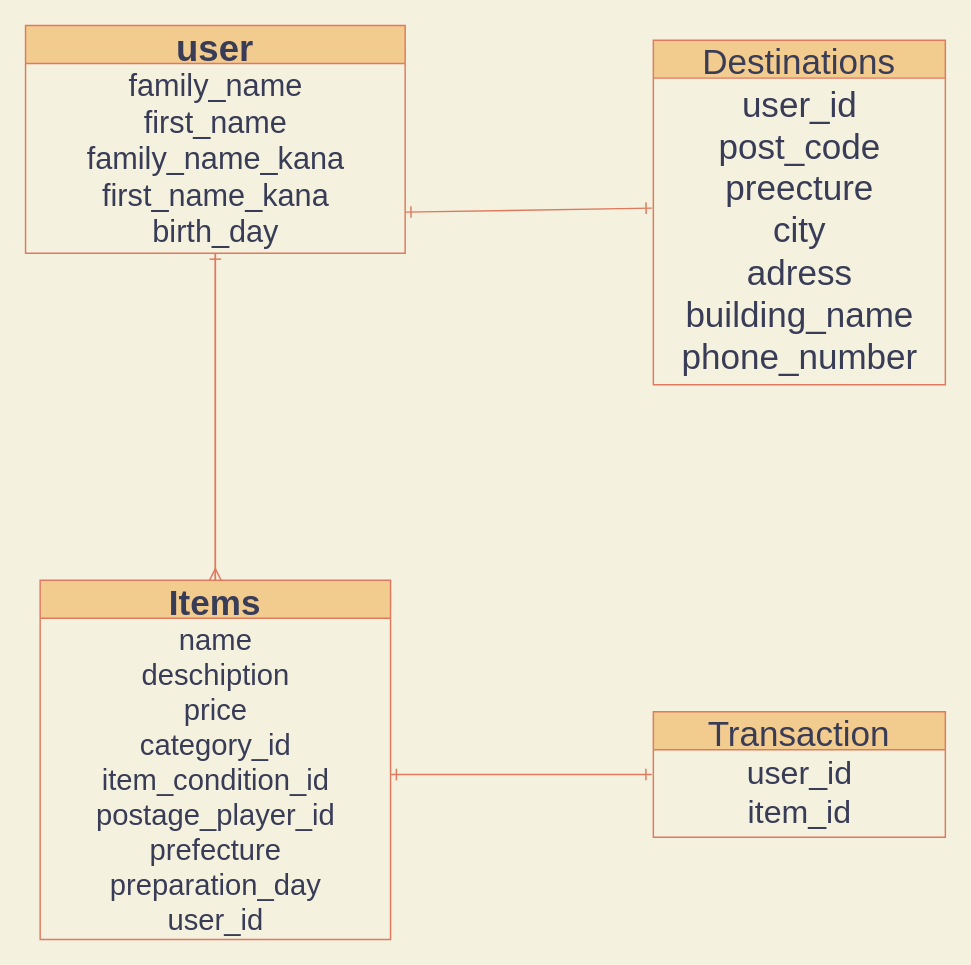
This is sample.dio from Ao-Ruki/furima-29378, a draw.io file, before an edit. Source tidied: cells renumbered, new cells numbered last; positions are measured from the earlier drawing's top-left corner, leaving out a move shared by most shapes. Both pictures are drawn from the tidied source at 146%, with x=0, y=0 at pixel (25, 25).
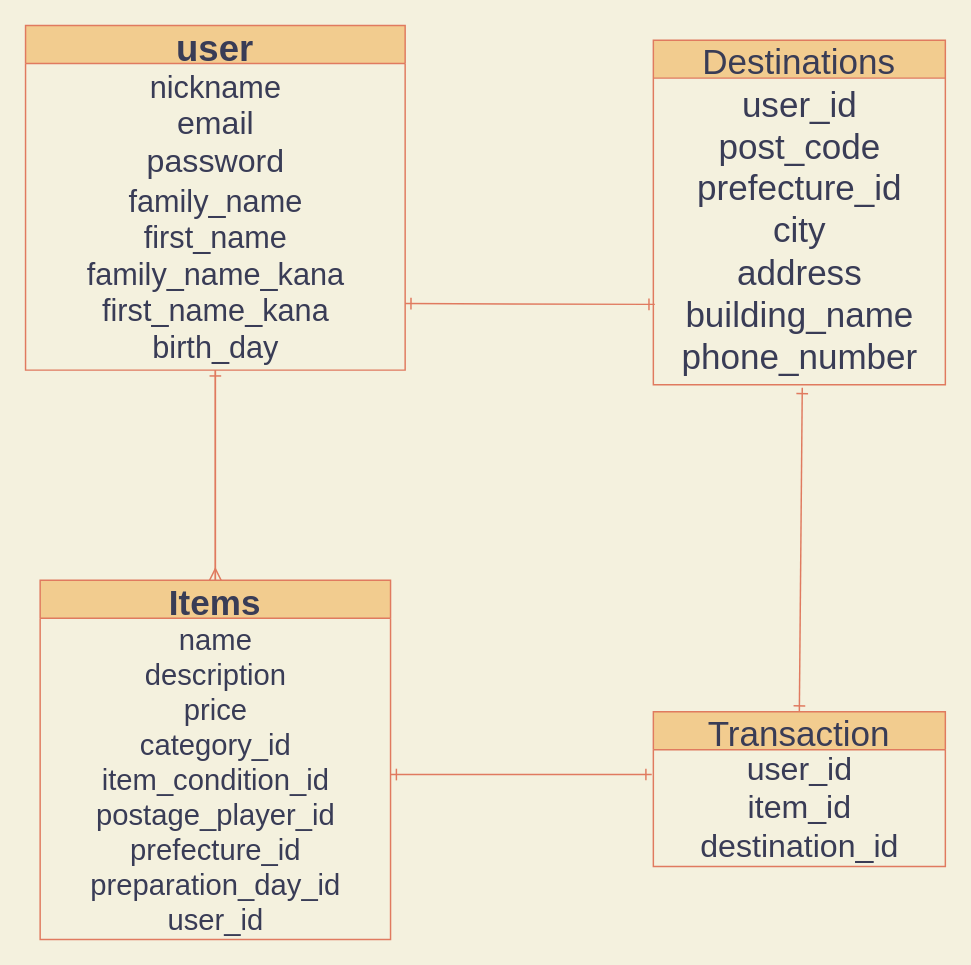
The same page after the edit.

The edit, as a diff of the source:
```diff
@@
 <mxGraphModel background="#F4F1DE">
   <root>
     <mxCell id="0" />
     <mxCell id="1" parent="0" />
     <mxCell id="2" style="edgeStyle=orthogonalEdgeStyle;rounded=0;jettySize=auto;html=1;fontSize=24;endArrow=ERmany;endFill=0;entryX=0.5;entryY=0;entryDx=0;entryDy=0;labelBackgroundColor=#F4F1DE;strokeColor=#E07A5F;fontColor=#393C56;" parent="1" edge="1" source="3" target="6">
       <mxGeometry relative="1" as="geometry" />
     </mxCell>
     <mxCell id="3" value="user" style="swimlane;fontStyle=1;horizontal=1;startSize=26;align=center;fontSize=25;html=0;fillColor=#F2CC8F;strokeColor=#E07A5F;fontColor=#393C56;" parent="1" vertex="1">
-      <mxGeometry width="260" height="156" as="geometry" />
+      <mxGeometry width="260" height="236" as="geometry" />
     </mxCell>
-    <mxCell id="4" value="family_name&lt;br&gt;first_name&lt;br&gt;family_name_kana&lt;br&gt;first_name_kana&lt;br&gt;birth_day" style="text;html=1;align=center;verticalAlign=middle;points=[];fontSize=21;fontColor=#393C56;" parent="3" vertex="1">
-      <mxGeometry y="26" width="260" height="130" as="geometry" />
+    <mxCell id="4" value="nickname&lt;font&gt;&lt;br&gt;&lt;span style=&quot;font-size: 22px&quot;&gt;email&lt;/span&gt;&lt;font size=&quot;1&quot;&gt;&lt;br&gt;&lt;/font&gt;&lt;/font&gt;&lt;font style=&quot;font-size: 22px&quot;&gt;password&lt;/font&gt;&lt;br&gt;family_name&lt;br&gt;first_name&lt;br&gt;family_name_kana&lt;br&gt;first_name_kana&lt;br&gt;birth_day" style="text;html=1;align=center;verticalAlign=middle;points=[];fontSize=21;fontColor=#393C56;" parent="3" vertex="1">
+      <mxGeometry y="26" width="260" height="210" as="geometry" />
     </mxCell>
     <mxCell id="5" style="edgeStyle=orthogonalEdgeStyle;rounded=0;jettySize=auto;html=1;exitX=0.5;exitY=0;exitDx=0;exitDy=0;entryX=0.5;entryY=1;entryDx=0;entryDy=0;entryPerimeter=0;endArrow=ERone;endFill=0;fontSize=24;labelBackgroundColor=#F4F1DE;strokeColor=#E07A5F;fontColor=#393C56;" parent="1" edge="1" source="6" target="4">
       <mxGeometry relative="1" as="geometry" />
     </mxCell>
     <mxCell id="6" value="Items" style="swimlane;fontStyle=1;horizontal=1;startSize=26;align=center;fontSize=24;html=0;fillColor=#F2CC8F;strokeColor=#E07A5F;fontColor=#393C56;" parent="1" vertex="1">
       <mxGeometry x="10" y="380" width="240" height="246" as="geometry" />
     </mxCell>
-    <mxCell id="7" value="name&lt;br&gt;deschiption&lt;br&gt;price&lt;br&gt;category_id&lt;br&gt;item_condition_id&lt;br&gt;postage_player_id&lt;br&gt;prefecture&lt;br&gt;preparation_day&lt;br&gt;user_id" style="text;html=1;align=center;verticalAlign=middle;fontSize=20;fontColor=#393C56;" parent="6" vertex="1">
+    <mxCell id="7" value="name&lt;br&gt;description&lt;br&gt;price&lt;br&gt;category_id&lt;br&gt;item_condition_id&lt;br&gt;postage_player_id&lt;br&gt;prefecture_id&lt;br&gt;preparation_day_id&lt;br&gt;user_id" style="text;html=1;align=center;verticalAlign=middle;fontSize=20;fontColor=#393C56;" parent="6" vertex="1">
       <mxGeometry y="26" width="240" height="220" as="geometry" />
     </mxCell>
     <mxCell id="8" style="endArrow=ERone;html=1;rounded=0;fontSize=24;endFill=0;labelBackgroundColor=#F4F1DE;strokeColor=#E07A5F;fontColor=#393C56;" parent="1" edge="1">
       <mxGeometry relative="1" as="geometry">
         <mxPoint x="260" y="160" as="sourcePoint" />
         <mxPoint x="260" y="160" as="targetPoint" />
       </mxGeometry>
     </mxCell>
-    <mxCell id="9" style="fontSize=12;html=1;endArrow=ERone;startArrow=ERone;endFill=0;startFill=0;exitX=1;exitY=0.783;exitDx=0;exitDy=0;exitPerimeter=0;jumpStyle=none;jumpSize=8;targetPerimeterSpacing=2;sourcePerimeterSpacing=2;sketch=0;shadow=0;entryX=-0.005;entryY=0.424;entryDx=0;entryDy=0;entryPerimeter=0;labelBackgroundColor=#F4F1DE;strokeColor=#E07A5F;fontColor=#393C56;" parent="1" edge="1" source="4" target="14">
+    <mxCell id="9" style="fontSize=12;html=1;endArrow=ERone;startArrow=ERone;endFill=0;startFill=0;exitX=1;exitY=0.783;exitDx=0;exitDy=0;exitPerimeter=0;jumpStyle=none;jumpSize=8;targetPerimeterSpacing=2;sourcePerimeterSpacing=2;sketch=0;shadow=0;entryX=0.005;entryY=0.738;entryDx=0;entryDy=0;entryPerimeter=0;labelBackgroundColor=#F4F1DE;strokeColor=#E07A5F;fontColor=#393C56;" parent="1" edge="1" source="4" target="14">
       <mxGeometry relative="1" as="geometry" />
     </mxCell>
     <mxCell id="10" style="edgeStyle=entityRelationEdgeStyle;fontSize=12;html=1;endArrow=ERone;endFill=0;startArrow=ERone;startFill=0;entryX=-0.006;entryY=0.386;entryDx=0;entryDy=0;entryPerimeter=0;labelBackgroundColor=#F4F1DE;strokeColor=#E07A5F;fontColor=#393C56;" parent="1" edge="1">
       <mxGeometry relative="1" as="geometry">
         <mxPoint x="250" y="513" as="sourcePoint" />
         <mxPoint x="428.9" y="513" as="targetPoint" />
       </mxGeometry>
     </mxCell>
     <mxCell id="11" value="Transaction" style="swimlane;fontStyle=0;horizontal=1;startSize=26;align=center;fontSize=24;rounded=0;sketch=0;fillColor=#F2CC8F;strokeColor=#E07A5F;fontColor=#393C56;" parent="1" vertex="1">
-      <mxGeometry x="430" y="470" width="200" height="86" as="geometry" />
+      <mxGeometry x="430" y="470" width="200" height="106" as="geometry" />
     </mxCell>
-    <mxCell id="12" value="user_id&lt;br&gt;item_id" style="text;html=1;align=center;verticalAlign=middle;fontSize=22;fontColor=#393C56;" parent="11" vertex="1">
-      <mxGeometry y="26" width="200" height="60" as="geometry" />
+    <mxCell id="12" value="user_id&lt;br&gt;item_id&lt;br&gt;destination_id" style="text;html=1;align=center;verticalAlign=middle;fontSize=22;fontColor=#393C56;" parent="11" vertex="1">
+      <mxGeometry y="26" width="200" height="80" as="geometry" />
     </mxCell>
     <mxCell id="13" value="Destinations" style="swimlane;fontStyle=0;horizontal=1;startSize=26;align=center;fontSize=24;html=0;fillColor=#F2CC8F;strokeColor=#E07A5F;fontColor=#393C56;" parent="1" vertex="1">
       <mxGeometry x="430" y="10" width="200" height="236" as="geometry" />
     </mxCell>
-    <mxCell id="14" value="user_id&lt;br&gt;post_code&lt;br&gt;preecture&lt;br&gt;city&lt;br&gt;adress&lt;br&gt;building_name&lt;br&gt;phone_number" style="text;html=1;align=center;verticalAlign=middle;points=[];fontSize=24;fontColor=#393C56;" parent="13" vertex="1">
+    <mxCell id="14" value="user_id&lt;br&gt;post_code&lt;br&gt;prefecture_id&lt;br&gt;city&lt;br&gt;address&lt;br&gt;building_name&lt;br&gt;phone_number" style="text;html=1;align=center;verticalAlign=middle;points=[];fontSize=24;fontColor=#393C56;" parent="13" vertex="1">
       <mxGeometry y="26" width="200" height="210" as="geometry" />
     </mxCell>
+    <mxCell id="15" style="fontSize=12;html=1;endArrow=ERone;startArrow=ERone;exitX=0.5;exitY=0;exitDx=0;exitDy=0;entryX=0.51;entryY=1.01;entryDx=0;entryDy=0;entryPerimeter=0;startFill=0;endFill=0;labelBackgroundColor=#F4F1DE;strokeColor=#E07A5F;fontColor=#393C56;" parent="1" edge="1" source="11" target="14">
+      <mxGeometry relative="1" as="geometry" />
+    </mxCell>
   </root>
 </mxGraphModel>
```
